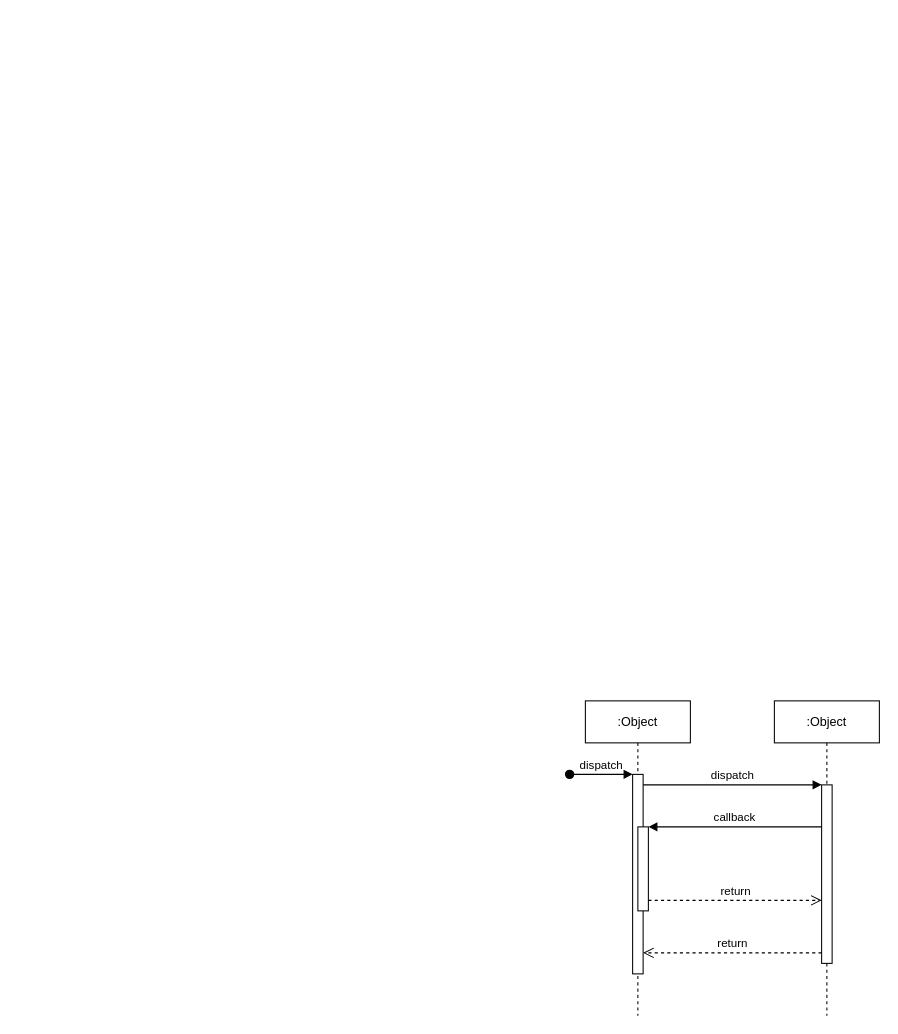
jmorales01/diagrams keeps this draw.io diagram as Proceso_de_gestión_de_requerimientos.drawio. Above is the earlier version. Source tidied: cells renumbered, new cells numbered last; positions are measured from the earlier drawing's top-left corner, leaving out a move shared by most shapes. Both pictures are drawn from the tidied source at 105%, with x=0, y=0 at pixel (569, 700).
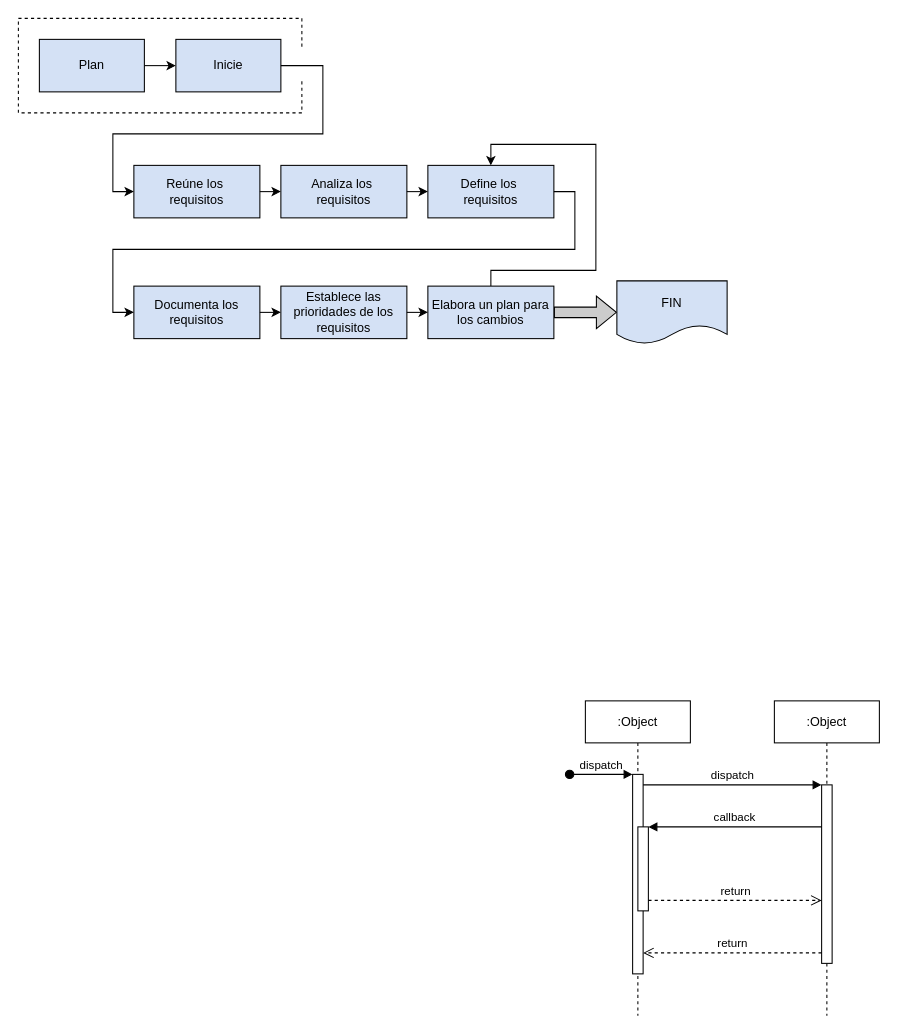
Above is the later version.

What changed in the source:
```diff
@@
+    <mxCell id="12" value="Plan" style="rounded=0;whiteSpace=wrap;html=1;fillColor=#D4E1F5;" parent="1" vertex="1">
+      <mxGeometry x="-505" y="-630" width="100" height="50" as="geometry" />
+    </mxCell>
+    <mxCell id="13" value="Inicie" style="rounded=0;whiteSpace=wrap;html=1;fillColor=#D4E1F5;" parent="1" vertex="1">
+      <mxGeometry x="-375" y="-630" width="100" height="50" as="geometry" />
+    </mxCell>
+    <mxCell id="14" style="endArrow=classic;html=1;rounded=0;exitX=1;exitY=0.5;exitDx=0;exitDy=0;entryX=0;entryY=0.5;entryDx=0;entryDy=0;" parent="1" edge="1" source="12" target="13">
+      <mxGeometry relative="1" as="geometry" />
+    </mxCell>
+    <mxCell id="15" value="Reúne los&amp;nbsp;&lt;div&gt;requisitos&lt;/div&gt;" style="rounded=0;whiteSpace=wrap;html=1;fillColor=#D4E1F5;" parent="1" vertex="1">
+      <mxGeometry x="-415" y="-510" width="120" height="50" as="geometry" />
+    </mxCell>
+    <mxCell id="16" value="Analiza los&amp;nbsp;&lt;div&gt;requisitos&lt;/div&gt;" style="rounded=0;whiteSpace=wrap;html=1;fillColor=#D4E1F5;" parent="1" vertex="1">
+      <mxGeometry x="-275" y="-510" width="120" height="50" as="geometry" />
+    </mxCell>
+    <mxCell id="17" value="Define los&amp;nbsp;&lt;div&gt;requisitos&lt;/div&gt;" style="rounded=0;whiteSpace=wrap;html=1;fillColor=#D4E1F5;" parent="1" vertex="1">
+      <mxGeometry x="-135" y="-510" width="120" height="50" as="geometry" />
+    </mxCell>
+    <mxCell id="18" value="Documenta los requisitos" style="rounded=0;whiteSpace=wrap;html=1;fillColor=#D4E1F5;" parent="1" vertex="1">
+      <mxGeometry x="-415" y="-395" width="120" height="50" as="geometry" />
+    </mxCell>
+    <mxCell id="19" value="Establece las prioridades de los requisitos" style="rounded=0;whiteSpace=wrap;html=1;fillColor=#D4E1F5;" parent="1" vertex="1">
+      <mxGeometry x="-275" y="-395" width="120" height="50" as="geometry" />
+    </mxCell>
+    <mxCell id="20" style="edgeStyle=orthogonalEdgeStyle;rounded=0;jettySize=auto;html=1;exitX=0.5;exitY=0;exitDx=0;exitDy=0;entryX=0.5;entryY=0;entryDx=0;entryDy=0;" parent="1" edge="1" source="22" target="17">
+      <mxGeometry relative="1" as="geometry">
+        <Array as="points">
+          <mxPoint x="-75" y="-410" />
+          <mxPoint x="25" y="-410" />
+          <mxPoint x="25" y="-530" />
+          <mxPoint x="-75" y="-530" />
+        </Array>
+      </mxGeometry>
+    </mxCell>
+    <mxCell id="21" style="edgeStyle=orthogonalEdgeStyle;rounded=0;jettySize=auto;html=1;exitX=1;exitY=0.5;exitDx=0;exitDy=0;entryX=0;entryY=0.5;entryDx=0;entryDy=0;shape=flexArrow;fillColor=#CCCCCC;" parent="1" edge="1" source="22" target="23">
+      <mxGeometry relative="1" as="geometry" />
+    </mxCell>
+    <mxCell id="22" value="Elabora un plan para los cambios" style="rounded=0;whiteSpace=wrap;html=1;fillColor=#D4E1F5;" parent="1" vertex="1">
+      <mxGeometry x="-135" y="-395" width="120" height="50" as="geometry" />
+    </mxCell>
+    <mxCell id="23" value="FIN" style="shape=document;whiteSpace=wrap;html=1;boundedLbl=1;fillColor=#D4E1F5;" parent="1" vertex="1">
+      <mxGeometry x="45" y="-400" width="105" height="60" as="geometry" />
+    </mxCell>
+    <mxCell id="24" style="endArrow=classic;html=1;rounded=0;exitX=1;exitY=0.5;exitDx=0;exitDy=0;entryX=0;entryY=0.5;entryDx=0;entryDy=0;" parent="1" edge="1" source="13" target="15">
+      <mxGeometry relative="1" as="geometry">
+        <Array as="points">
+          <mxPoint x="-235" y="-605" />
+          <mxPoint x="-235" y="-540" />
+          <mxPoint x="-435" y="-540" />
+          <mxPoint x="-435" y="-485" />
+        </Array>
+      </mxGeometry>
+    </mxCell>
+    <mxCell id="25" style="endArrow=classic;html=1;rounded=0;exitX=1;exitY=0.5;exitDx=0;exitDy=0;entryX=0;entryY=0.5;entryDx=0;entryDy=0;" parent="1" edge="1" source="15" target="16">
+      <mxGeometry relative="1" as="geometry" />
+    </mxCell>
+    <mxCell id="26" style="endArrow=classic;html=1;rounded=0;exitX=1;exitY=0.5;exitDx=0;exitDy=0;entryX=0;entryY=0.5;entryDx=0;entryDy=0;" parent="1" edge="1" source="16" target="17">
+      <mxGeometry relative="1" as="geometry" />
+    </mxCell>
+    <mxCell id="27" style="endArrow=classic;html=1;rounded=0;exitX=1;exitY=0.5;exitDx=0;exitDy=0;entryX=0;entryY=0.5;entryDx=0;entryDy=0;" parent="1" edge="1" source="17" target="18">
+      <mxGeometry relative="1" as="geometry">
+        <Array as="points">
+          <mxPoint x="5" y="-485" />
+          <mxPoint x="5" y="-430" />
+          <mxPoint x="-435" y="-430" />
+          <mxPoint x="-435" y="-370" />
+        </Array>
+      </mxGeometry>
+    </mxCell>
+    <mxCell id="28" style="endArrow=classic;html=1;rounded=0;exitX=1;exitY=0.5;exitDx=0;exitDy=0;" parent="1" edge="1" source="18" target="19">
+      <mxGeometry relative="1" as="geometry" />
+    </mxCell>
+    <mxCell id="29" style="endArrow=classic;html=1;rounded=0;exitX=1;exitY=0.5;exitDx=0;exitDy=0;entryX=0;entryY=0.5;entryDx=0;entryDy=0;" parent="1" edge="1" source="19" target="22">
+      <mxGeometry relative="1" as="geometry" />
+    </mxCell>
+    <mxCell id="30" style="endArrow=none;dashed=1;html=1;rounded=0;" parent="1" edge="1">
+      <mxGeometry relative="1" as="geometry">
+        <mxPoint x="-255" y="-590" as="sourcePoint" />
+        <mxPoint x="-255" y="-620" as="targetPoint" />
+        <Array as="points">
+          <mxPoint x="-255" y="-560" />
+          <mxPoint x="-525" y="-560" />
+          <mxPoint x="-525" y="-650" />
+          <mxPoint x="-255" y="-650" />
+        </Array>
+      </mxGeometry>
+    </mxCell>
```
